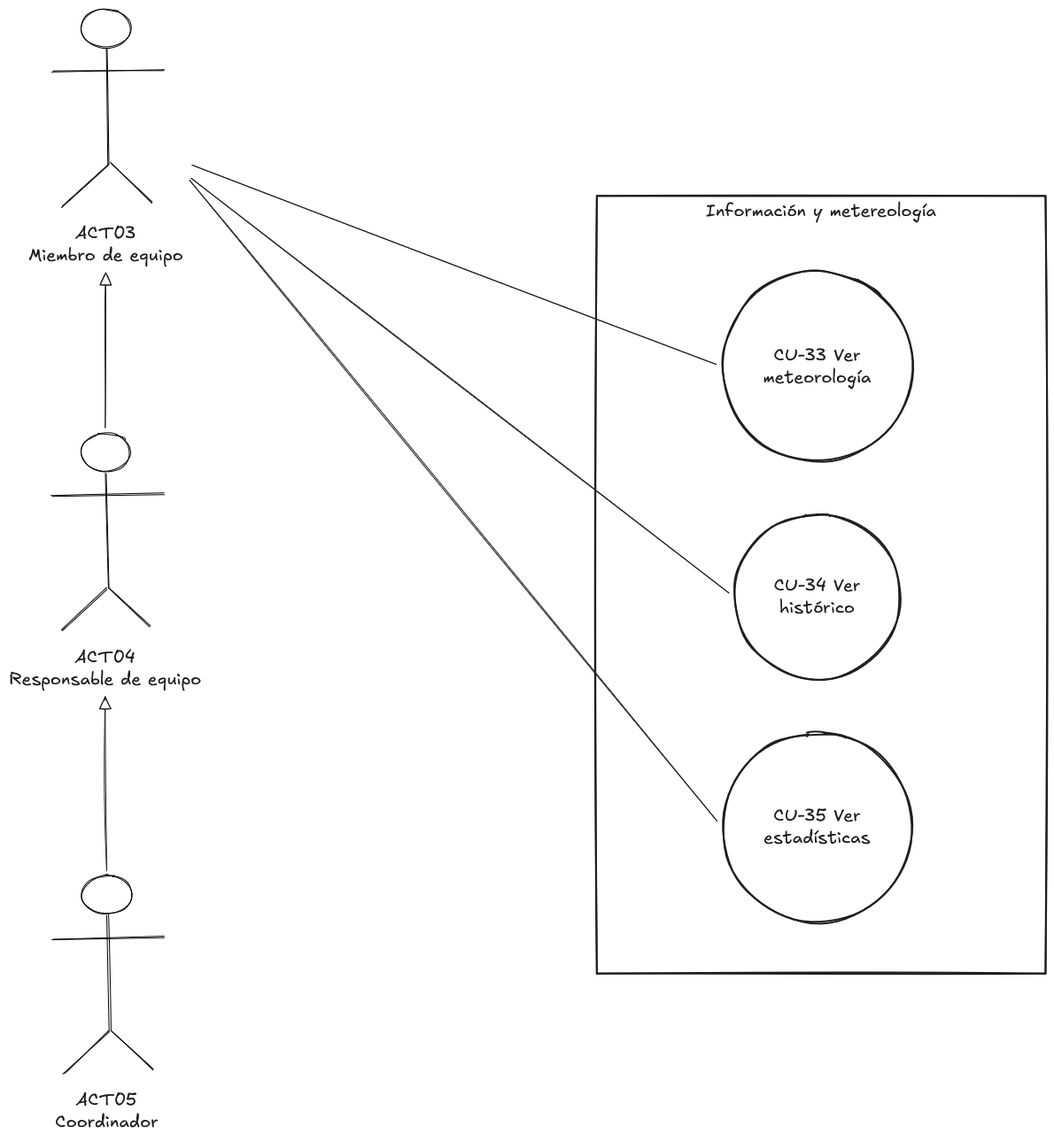
Earlier version of the Excalidraw export Docs/memoria/imaxes/diagramas-caso-uso/diagrama-meteo-info.png (zenoma/emergency-management-app). Source tidied: one line per element, renumbered; positions are measured from the earlier drawing's top-left corner, leaving out a move shared by most shapes. Source of this version:
```json
{"id": 0, "type": "ellipse", "strokeColor": "#1e1e1e", "strokeWidth": 2, "roughness": 1, "x": 805, "y": 297, "width": 215, "height": 215}
{"id": 1, "type": "text", "text": "CU-33 Ver\nmeteorología", "strokeColor": "#1e1e1e", "strokeWidth": 2, "roughness": 1, "fontSize": 20, "fontFamily": 5, "textAlign": "center", "verticalAlign": "middle", "inside": 0, "x": 852, "y": 379, "width": 122, "height": 50}
{"id": 2, "type": "ellipse", "strokeColor": "#1e1e1e", "strokeWidth": 2, "roughness": 1, "x": 819, "y": 571, "width": 187, "height": 187}
{"id": 3, "type": "text", "text": "CU-34 Ver\nhistórico", "strokeColor": "#1e1e1e", "strokeWidth": 2, "roughness": 1, "fontSize": 20, "fontFamily": 5, "textAlign": "center", "verticalAlign": "middle", "inside": 2, "x": 864, "y": 640, "width": 97, "height": 50}
{"id": 4, "type": "ellipse", "strokeColor": "#1e1e1e", "strokeWidth": 2, "roughness": 1, "x": 806, "y": 818, "width": 214, "height": 214}
{"id": 5, "type": "text", "text": "CU-35 Ver\nestadísticas", "strokeColor": "#1e1e1e", "strokeWidth": 2, "roughness": 1, "fontSize": 20, "fontFamily": 5, "textAlign": "center", "verticalAlign": "middle", "inside": 4, "x": 852, "y": 900, "width": 120, "height": 50}
{"id": 6, "type": "arrow", "strokeColor": "#1e1e1e", "strokeWidth": 1, "roughness": 1, "to": 4, "x": 204, "y": 194, "width": 596, "height": 724, "points": [[0, 0], [596, 724]]}
{"id": 7, "type": "arrow", "strokeColor": "#1e1e1e", "strokeWidth": 1, "roughness": 1, "to": 0, "x": 207, "y": 177, "width": 592, "height": 225, "points": [[0, 0], [592, 225]]}
{"id": 8, "type": "rectangle", "strokeColor": "#1e1e1e", "strokeWidth": 2, "roughness": 1, "x": 664, "y": 211, "width": 507, "height": 878}
{"id": 9, "type": "text", "text": "Información y metereología", "strokeColor": "#1e1e1e", "strokeWidth": 2, "roughness": 1, "fontSize": 20, "fontFamily": 5, "textAlign": "center", "inside": 8, "x": 787, "y": 216, "width": 260, "height": 25}
{"id": 10, "type": "ellipse", "strokeColor": "#000000", "strokeWidth": 1, "roughness": 1, "round": true, "x": 81, "y": 0, "width": 57, "height": 44}
{"id": 11, "type": "line", "strokeColor": "#000000", "strokeWidth": 1, "roughness": 1, "round": true, "x": 110, "y": 46, "width": 3, "height": 130, "points": [[0, 0], [3, 130]]}
{"id": 12, "type": "line", "strokeColor": "#000000", "strokeWidth": 1, "roughness": 1, "round": true, "x": 49, "y": 72, "width": 127, "height": 2, "points": [[0, 0], [127, -2]]}
{"id": 13, "type": "line", "strokeColor": "#000000", "strokeWidth": 1, "roughness": 1, "round": true, "x": 60, "y": 224, "width": 51, "height": 48, "points": [[0, 0], [51, -48]]}
{"id": 14, "type": "line", "strokeColor": "#000000", "strokeWidth": 1, "roughness": 1, "round": true, "x": 115, "y": 175, "width": 47, "height": 44, "points": [[0, 0], [47, 44]]}
{"id": 15, "type": "text", "text": "ACT03\nMiembro de equipo", "strokeColor": "#1e1e1e", "strokeWidth": 4, "strokeStyle": "dashed", "roughness": 1, "fontSize": 20, "fontFamily": 5, "textAlign": "center", "x": 22, "y": 241, "width": 174, "height": 50}
{"id": 16, "type": "arrow", "strokeColor": "#1e1e1e", "strokeWidth": 1, "roughness": 1, "to": 2, "x": 206, "y": 192, "width": 607, "height": 468, "points": [[0, 0], [607, 468]]}
{"id": 17, "type": "ellipse", "strokeColor": "#000000", "strokeWidth": 1, "roughness": 1, "round": true, "x": 80, "y": 479, "width": 57, "height": 44}
{"id": 18, "type": "line", "strokeColor": "#000000", "strokeWidth": 1, "roughness": 1, "round": true, "x": 109, "y": 524, "width": 3, "height": 130, "points": [[0, 0], [3, 130]]}
{"id": 19, "type": "line", "strokeColor": "#000000", "strokeWidth": 1, "roughness": 1, "round": true, "x": 48, "y": 550, "width": 127, "height": 2, "points": [[0, 0], [127, -2]]}
{"id": 20, "type": "line", "strokeColor": "#000000", "strokeWidth": 1, "roughness": 1, "round": true, "x": 60, "y": 702, "width": 51, "height": 48, "points": [[0, 0], [51, -48]]}
{"id": 21, "type": "line", "strokeColor": "#000000", "strokeWidth": 1, "roughness": 1, "round": true, "x": 114, "y": 654, "width": 47, "height": 44, "points": [[0, 0], [47, 44]]}
{"id": 22, "type": "text", "text": "ACT04\nResponsable de equipo", "strokeColor": "#1e1e1e", "strokeWidth": 4, "strokeStyle": "dashed", "roughness": 1, "fontSize": 20, "fontFamily": 5, "textAlign": "center", "x": 0, "y": 720, "width": 217, "height": 50}
{"id": 23, "type": "ellipse", "strokeColor": "#000000", "strokeWidth": 1, "roughness": 1, "round": true, "x": 82, "y": 979, "width": 57, "height": 44}
{"id": 24, "type": "line", "strokeColor": "#000000", "strokeWidth": 1, "roughness": 1, "round": true, "x": 111, "y": 1024, "width": 3, "height": 130, "points": [[0, 0], [3, 130]]}
{"id": 25, "type": "line", "strokeColor": "#000000", "strokeWidth": 1, "roughness": 1, "round": true, "x": 50, "y": 1050, "width": 127, "height": 2, "points": [[0, 0], [127, -2]]}
{"id": 26, "type": "line", "strokeColor": "#000000", "strokeWidth": 1, "roughness": 1, "round": true, "x": 61, "y": 1202, "width": 51, "height": 48, "points": [[0, 0], [51, -48]]}
{"id": 27, "type": "line", "strokeColor": "#000000", "strokeWidth": 1, "roughness": 1, "round": true, "x": 115, "y": 1154, "width": 47, "height": 44, "points": [[0, 0], [47, 44]]}
{"id": 28, "type": "text", "text": "ACT05\nCoordinador", "strokeColor": "#1e1e1e", "strokeWidth": 4, "strokeStyle": "dashed", "roughness": 1, "fontSize": 20, "fontFamily": 5, "textAlign": "center", "x": 52, "y": 1220, "width": 116, "height": 50}
{"id": 29, "type": "arrow", "strokeColor": "#1e1e1e", "strokeWidth": 1, "roughness": 1, "endArrowhead": "triangle_outline", "from": 17, "to": 15, "x": 109, "y": 473, "width": 1, "height": 175, "points": [[0, 0], [1, -175]]}
{"id": 30, "type": "arrow", "strokeColor": "#1e1e1e", "strokeWidth": 1, "roughness": 1, "endArrowhead": "triangle_outline", "from": 23, "to": 22, "x": 110, "y": 973, "width": 2, "height": 196, "points": [[0, 0], [-2, -196]]}
```
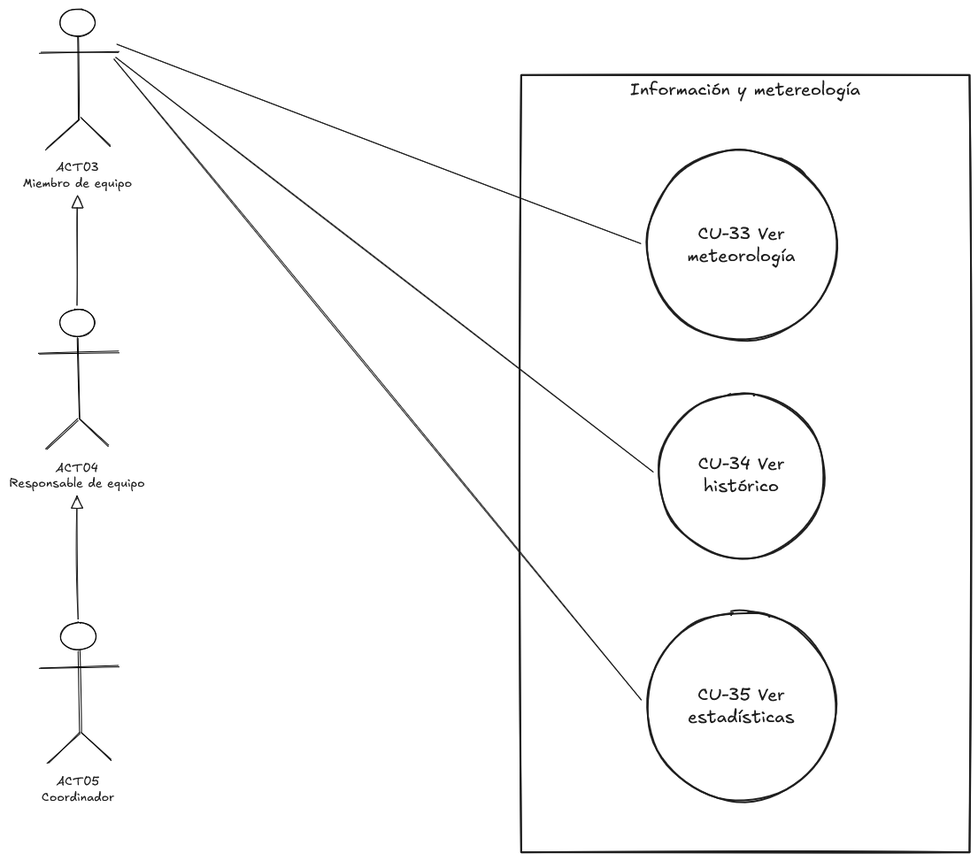
After the change.

The edit, as a diff of the source:
```diff
@@ -8,24 +8,24 @@
 {"id": 7, "type": "arrow", "strokeColor": "#1e1e1e", "strokeWidth": 1, "roughness": 1, "to": 0, "x": 207, "y": 177, "width": 592, "height": 225, "points": [[0, 0], [592, 225]]}
 {"id": 8, "type": "rectangle", "strokeColor": "#1e1e1e", "strokeWidth": 2, "roughness": 1, "x": 664, "y": 211, "width": 507, "height": 878}
 {"id": 9, "type": "text", "text": "Información y metereología", "strokeColor": "#1e1e1e", "strokeWidth": 2, "roughness": 1, "fontSize": 20, "fontFamily": 5, "textAlign": "center", "inside": 8, "x": 787, "y": 216, "width": 260, "height": 25}
-{"id": 10, "type": "ellipse", "strokeColor": "#000000", "strokeWidth": 1, "roughness": 1, "round": true, "x": 81, "y": 0, "width": 57, "height": 44}
+{"id": 10, "type": "ellipse", "strokeColor": "#000000", "strokeWidth": 1, "roughness": 1, "round": true, "x": 143, "y": 137, "width": 40, "height": 31}
-{"id": 11, "type": "line", "strokeColor": "#000000", "strokeWidth": 1, "roughness": 1, "round": true, "x": 110, "y": 46, "width": 3, "height": 130, "points": [[0, 0], [3, 130]]}
+{"id": 11, "type": "line", "strokeColor": "#000000", "strokeWidth": 1, "roughness": 1, "round": true, "x": 163, "y": 169, "width": 2, "height": 92, "points": [[0, 0], [2, 92]]}
-{"id": 12, "type": "line", "strokeColor": "#000000", "strokeWidth": 1, "roughness": 1, "round": true, "x": 49, "y": 72, "width": 127, "height": 2, "points": [[0, 0], [127, -2]]}
+{"id": 12, "type": "line", "strokeColor": "#000000", "strokeWidth": 1, "roughness": 1, "round": true, "x": 120, "y": 187, "width": 90, "height": 1, "points": [[0, 0], [90, -1]]}
-{"id": 13, "type": "line", "strokeColor": "#000000", "strokeWidth": 1, "roughness": 1, "round": true, "x": 60, "y": 224, "width": 51, "height": 48, "points": [[0, 0], [51, -48]]}
+{"id": 13, "type": "line", "strokeColor": "#000000", "strokeWidth": 1, "roughness": 1, "round": true, "x": 128, "y": 295, "width": 36, "height": 34, "points": [[0, 0], [36, -34]]}
-{"id": 14, "type": "line", "strokeColor": "#000000", "strokeWidth": 1, "roughness": 1, "round": true, "x": 115, "y": 175, "width": 47, "height": 44, "points": [[0, 0], [47, 44]]}
+{"id": 14, "type": "line", "strokeColor": "#000000", "strokeWidth": 1, "roughness": 1, "round": true, "x": 166, "y": 261, "width": 33, "height": 31, "points": [[0, 0], [33, 31]]}
-{"id": 15, "type": "text", "text": "ACT03\nMiembro de equipo", "strokeColor": "#1e1e1e", "strokeWidth": 4, "strokeStyle": "dashed", "roughness": 1, "fontSize": 20, "fontFamily": 5, "textAlign": "center", "x": 22, "y": 241, "width": 174, "height": 50}
+{"id": 15, "type": "text", "text": "ACT03\nMiembro de equipo", "strokeColor": "#1e1e1e", "strokeWidth": 4, "strokeStyle": "dashed", "roughness": 1, "fontSize": 14.17, "fontFamily": 5, "textAlign": "center", "x": 101, "y": 308, "width": 124, "height": 35}
 {"id": 16, "type": "arrow", "strokeColor": "#1e1e1e", "strokeWidth": 1, "roughness": 1, "to": 2, "x": 206, "y": 192, "width": 607, "height": 468, "points": [[0, 0], [607, 468]]}
-{"id": 17, "type": "ellipse", "strokeColor": "#000000", "strokeWidth": 1, "roughness": 1, "round": true, "x": 80, "y": 479, "width": 57, "height": 44}
+{"id": 17, "type": "ellipse", "strokeColor": "#000000", "strokeWidth": 1, "roughness": 1, "round": true, "x": 142, "y": 476, "width": 40, "height": 31}
-{"id": 18, "type": "line", "strokeColor": "#000000", "strokeWidth": 1, "roughness": 1, "round": true, "x": 109, "y": 524, "width": 3, "height": 130, "points": [[0, 0], [3, 130]]}
+{"id": 18, "type": "line", "strokeColor": "#000000", "strokeWidth": 1, "roughness": 1, "round": true, "x": 162, "y": 508, "width": 2, "height": 92, "points": [[0, 0], [2, 92]]}
-{"id": 19, "type": "line", "strokeColor": "#000000", "strokeWidth": 1, "roughness": 1, "round": true, "x": 48, "y": 550, "width": 127, "height": 2, "points": [[0, 0], [127, -2]]}
+{"id": 19, "type": "line", "strokeColor": "#000000", "strokeWidth": 1, "roughness": 1, "round": true, "x": 119, "y": 527, "width": 90, "height": 1, "points": [[0, 0], [90, -1]]}
-{"id": 20, "type": "line", "strokeColor": "#000000", "strokeWidth": 1, "roughness": 1, "round": true, "x": 60, "y": 702, "width": 51, "height": 48, "points": [[0, 0], [51, -48]]}
+{"id": 20, "type": "line", "strokeColor": "#000000", "strokeWidth": 1, "roughness": 1, "round": true, "x": 127, "y": 634, "width": 36, "height": 34, "points": [[0, 0], [36, -34]]}
-{"id": 21, "type": "line", "strokeColor": "#000000", "strokeWidth": 1, "roughness": 1, "round": true, "x": 114, "y": 654, "width": 47, "height": 44, "points": [[0, 0], [47, 44]]}
+{"id": 21, "type": "line", "strokeColor": "#000000", "strokeWidth": 1, "roughness": 1, "round": true, "x": 166, "y": 600, "width": 33, "height": 31, "points": [[0, 0], [33, 31]]}
-{"id": 22, "type": "text", "text": "ACT04\nResponsable de equipo", "strokeColor": "#1e1e1e", "strokeWidth": 4, "strokeStyle": "dashed", "roughness": 1, "fontSize": 20, "fontFamily": 5, "textAlign": "center", "x": 0, "y": 720, "width": 217, "height": 50}
+{"id": 22, "type": "text", "text": "ACT04\nResponsable de equipo", "strokeColor": "#1e1e1e", "strokeWidth": 4, "strokeStyle": "dashed", "roughness": 1, "fontSize": 14.17, "fontFamily": 5, "textAlign": "center", "x": 85, "y": 647, "width": 154, "height": 35}
-{"id": 23, "type": "ellipse", "strokeColor": "#000000", "strokeWidth": 1, "roughness": 1, "round": true, "x": 82, "y": 979, "width": 57, "height": 44}
+{"id": 23, "type": "ellipse", "strokeColor": "#000000", "strokeWidth": 1, "roughness": 1, "round": true, "x": 143, "y": 830, "width": 40, "height": 31}
-{"id": 24, "type": "line", "strokeColor": "#000000", "strokeWidth": 1, "roughness": 1, "round": true, "x": 111, "y": 1024, "width": 3, "height": 130, "points": [[0, 0], [3, 130]]}
+{"id": 24, "type": "line", "strokeColor": "#000000", "strokeWidth": 1, "roughness": 1, "round": true, "x": 163, "y": 862, "width": 2, "height": 92, "points": [[0, 0], [2, 92]]}
-{"id": 25, "type": "line", "strokeColor": "#000000", "strokeWidth": 1, "roughness": 1, "round": true, "x": 50, "y": 1050, "width": 127, "height": 2, "points": [[0, 0], [127, -2]]}
+{"id": 25, "type": "line", "strokeColor": "#000000", "strokeWidth": 1, "roughness": 1, "round": true, "x": 120, "y": 881, "width": 90, "height": 1, "points": [[0, 0], [90, -1]]}
-{"id": 26, "type": "line", "strokeColor": "#000000", "strokeWidth": 1, "roughness": 1, "round": true, "x": 61, "y": 1202, "width": 51, "height": 48, "points": [[0, 0], [51, -48]]}
+{"id": 26, "type": "line", "strokeColor": "#000000", "strokeWidth": 1, "roughness": 1, "round": true, "x": 128, "y": 988, "width": 36, "height": 34, "points": [[0, 0], [36, -34]]}
-{"id": 27, "type": "line", "strokeColor": "#000000", "strokeWidth": 1, "roughness": 1, "round": true, "x": 115, "y": 1154, "width": 47, "height": 44, "points": [[0, 0], [47, 44]]}
+{"id": 27, "type": "line", "strokeColor": "#000000", "strokeWidth": 1, "roughness": 1, "round": true, "x": 167, "y": 954, "width": 33, "height": 31, "points": [[0, 0], [33, 31]]}
-{"id": 28, "type": "text", "text": "ACT05\nCoordinador", "strokeColor": "#1e1e1e", "strokeWidth": 4, "strokeStyle": "dashed", "roughness": 1, "fontSize": 20, "fontFamily": 5, "textAlign": "center", "x": 52, "y": 1220, "width": 116, "height": 50}
+{"id": 28, "type": "text", "text": "ACT05\nCoordinador", "strokeColor": "#1e1e1e", "strokeWidth": 4, "strokeStyle": "dashed", "roughness": 1, "fontSize": 14.17, "fontFamily": 5, "textAlign": "center", "x": 122, "y": 1001, "width": 82, "height": 35}
-{"id": 29, "type": "arrow", "strokeColor": "#1e1e1e", "strokeWidth": 1, "roughness": 1, "endArrowhead": "triangle_outline", "from": 17, "to": 15, "x": 109, "y": 473, "width": 1, "height": 175, "points": [[0, 0], [1, -175]]}
+{"id": 29, "type": "arrow", "strokeColor": "#1e1e1e", "strokeWidth": 1, "roughness": 1, "endArrowhead": "triangle_outline", "from": 17, "to": 15, "x": 162, "y": 472, "width": 0, "height": 124, "points": [[0, 0], [0, -124]]}
-{"id": 30, "type": "arrow", "strokeColor": "#1e1e1e", "strokeWidth": 1, "roughness": 1, "endArrowhead": "triangle_outline", "from": 23, "to": 22, "x": 110, "y": 973, "width": 2, "height": 196, "points": [[0, 0], [-2, -196]]}
+{"id": 30, "type": "arrow", "strokeColor": "#1e1e1e", "strokeWidth": 1, "roughness": 1, "endArrowhead": "triangle_outline", "from": 23, "to": 22, "x": 163, "y": 826, "width": 1, "height": 139, "points": [[0, 0], [-1, -139]]}
```
